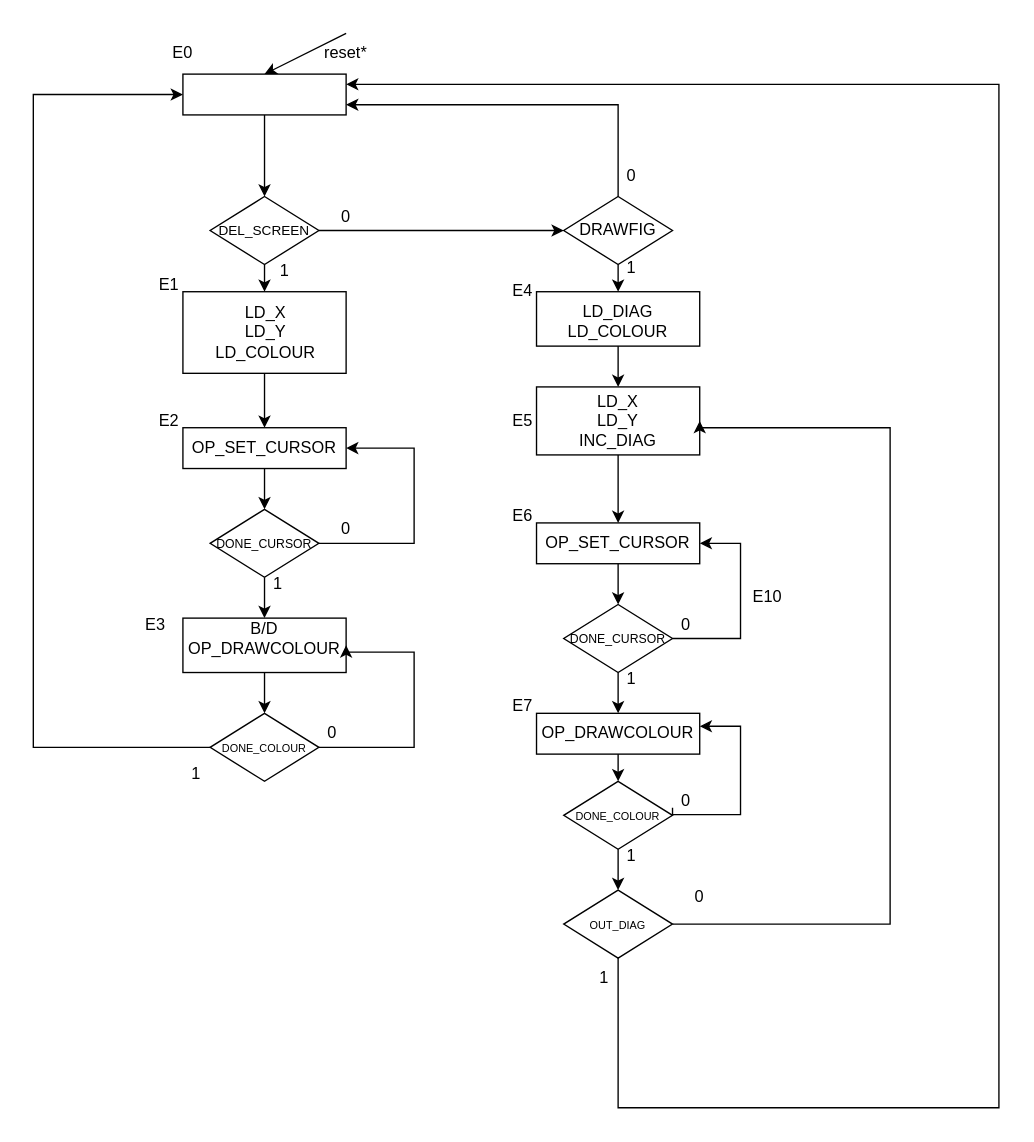
This is Proyecto/Diseños/Lcd_draw_uc.drawio from marcosChoucino/SIstemasDigitales, a draw.io file, before an edit. Source tidied: cells renumbered, new cells numbered last; positions are measured from the earlier drawing's top-left corner, leaving out a move shared by most shapes. Both pictures are drawn from the tidied source at 136%, with x=0, y=0 at pixel (33, 33).
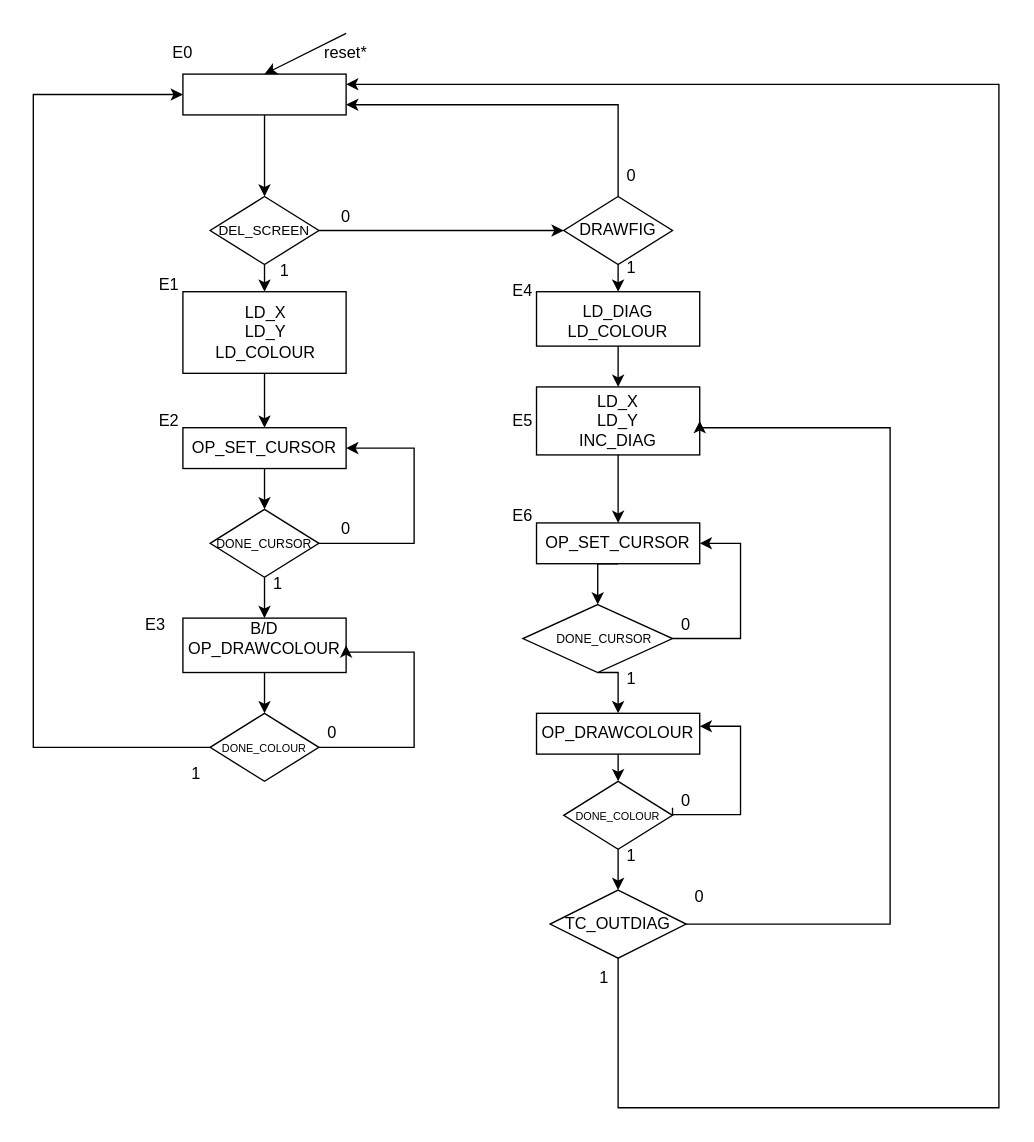
The same diagram, later.

Change to the diagram source:
```diff
@@
     <mxCell id="26" style="rhombus;whiteSpace=wrap;html=1;" parent="1" vertex="1">
-      <mxGeometry x="390" y="420" width="80" height="50" as="geometry" />
+      <mxGeometry x="360" y="420" width="110" height="50" as="geometry" />
     </mxCell>
@@
     <mxCell id="38" style="rhombus;whiteSpace=wrap;html=1;" parent="1" vertex="1">
-      <mxGeometry x="390" y="630" width="80" height="50" as="geometry" />
+      <mxGeometry x="380" y="630" width="100" height="50" as="geometry" />
     </mxCell>
@@
-    <mxCell id="46" value="E7" style="text;html=1;strokeColor=none;fillColor=none;align=center;verticalAlign=middle;whiteSpace=wrap;rounded=0;" parent="1" vertex="1">
-      <mxGeometry x="330" y="480" width="60" height="30" as="geometry" />
-    </mxCell>
-    <mxCell id="47" value="E10" style="text;html=1;strokeColor=none;fillColor=none;align=center;verticalAlign=middle;whiteSpace=wrap;rounded=0;" parent="1" vertex="1">
-      <mxGeometry x="510" y="400" width="60" height="30" as="geometry" />
-    </mxCell>
@@
     <mxCell id="54" value="&lt;font style=&quot;font-size: 9px;&quot;&gt;DONE_CURSOR&lt;/font&gt;" style="text;html=1;strokeColor=none;fillColor=none;align=center;verticalAlign=middle;whiteSpace=wrap;rounded=0;" parent="1" vertex="1">
-      <mxGeometry x="400" y="430" width="60" height="30" as="geometry" />
+      <mxGeometry x="390" y="430" width="60" height="30" as="geometry" />
     </mxCell>
@@
-    <mxCell id="59" value="&lt;font style=&quot;font-size: 8px;&quot;&gt;OUT_DIAG&lt;/font&gt;" style="text;html=1;strokeColor=none;fillColor=none;align=center;verticalAlign=middle;whiteSpace=wrap;rounded=0;" parent="1" vertex="1">
+    <mxCell id="59" value="TC_OUTDIAG" style="text;html=1;strokeColor=none;fillColor=none;align=center;verticalAlign=middle;whiteSpace=wrap;rounded=0;" parent="1" vertex="1">
       <mxGeometry x="400" y="640" width="60" height="30" as="geometry" />
     </mxCell>
```
